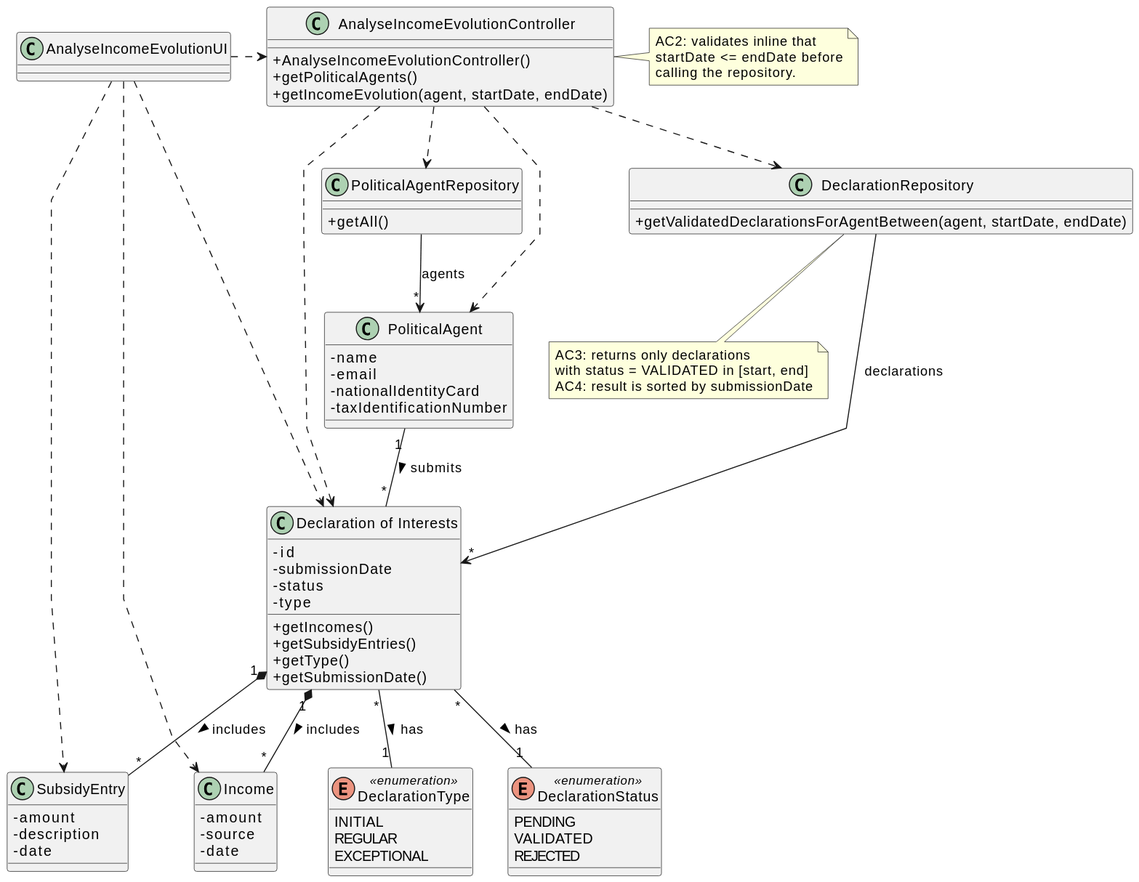
Before: docs/system-documentation/US10/03.design/svg/US10-CD.svg, a diagram exported from PlantUML (brunodspinto/crystal-clear-platform).
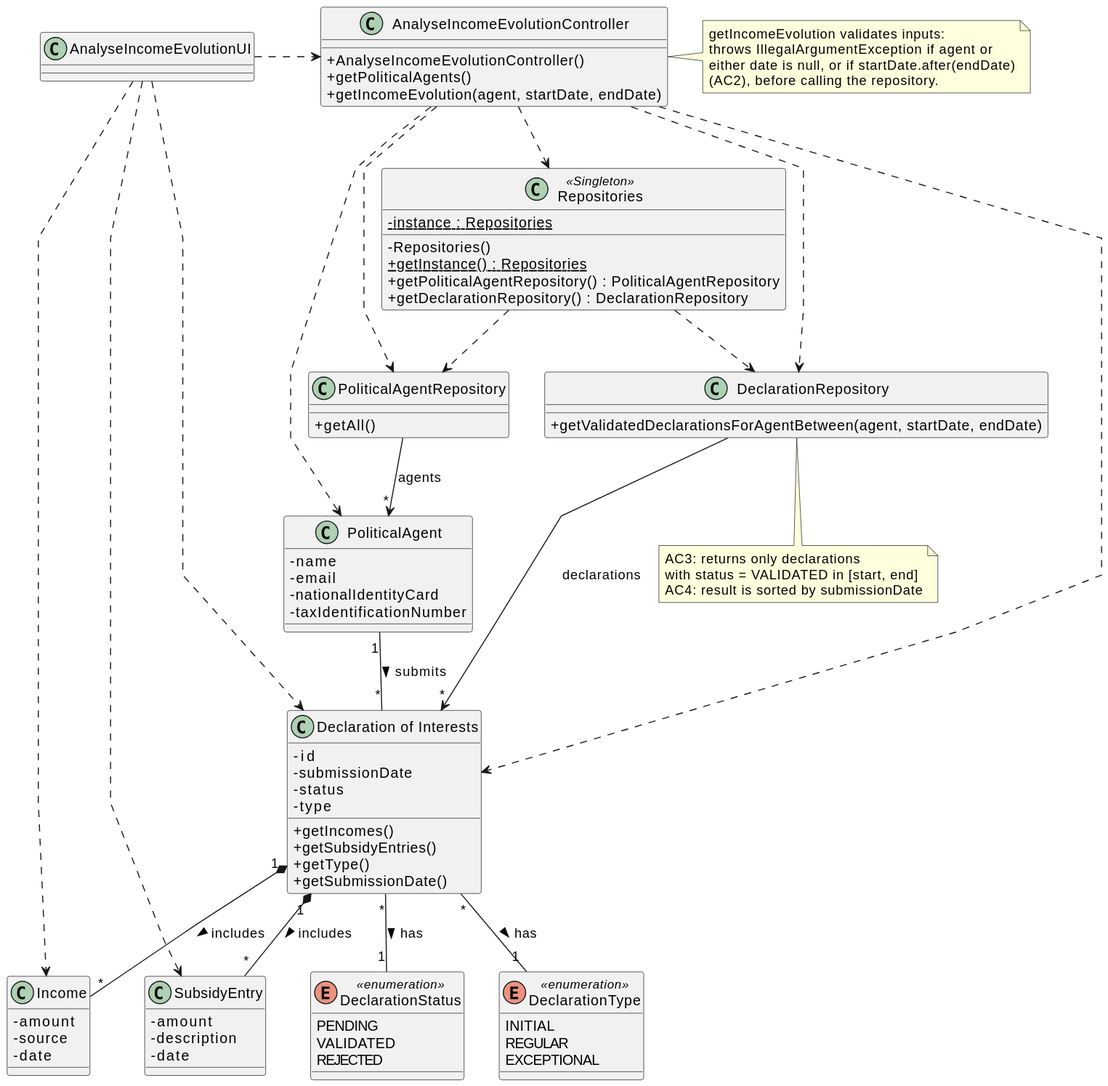
Above is the later version.

What changed in the source:
```diff
@@ -11,6 +11,14 @@
     + AnalyseIncomeEvolutionController()
     + getPoliticalAgents()
     + getIncomeEvolution(agent, startDate, endDate)
+}
+
+class Repositories <<Singleton>> {
+    - {static} instance : Repositories
+    - Repositories()
+    + {static} getInstance() : Repositories
+    + getPoliticalAgentRepository() : PoliticalAgentRepository
+    + getDeclarationRepository() : DeclarationRepository
 }
 
 class PoliticalAgentRepository {
@@ -65,6 +73,9 @@
 
 AnalyseIncomeEvolutionUI .> AnalyseIncomeEvolutionController
 
+AnalyseIncomeEvolutionController ..> Repositories
+Repositories ..> PoliticalAgentRepository
+Repositories ..> DeclarationRepository
 AnalyseIncomeEvolutionController ..> PoliticalAgentRepository
 AnalyseIncomeEvolutionController ..> DeclarationRepository
 AnalyseIncomeEvolutionController ..> PoliticalAgent
@@ -84,9 +95,10 @@
 Declaration "1" *-- "*" SubsidyEntry : includes >
 
 note right of AnalyseIncomeEvolutionController
-    AC2: validates inline that
-    startDate <= endDate before
-    calling the repository.
+    getIncomeEvolution validates inputs:
+    throws IllegalArgumentException if agent or
+    either date is null, or if startDate.after(endDate)
+    (AC2), before calling the repository.
 end note
 
 note bottom of DeclarationRepository
```
